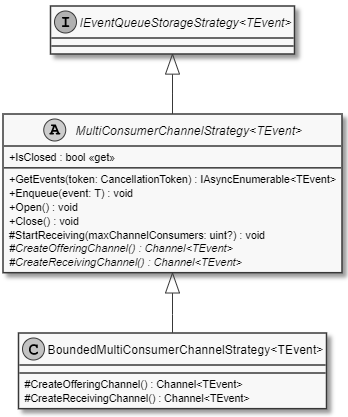
The PlantUML diagram documents/sd/resources/Classes/Common/Shared/Events/Queue/Strategy/MultiConsumer/BoundedMultiConsumerChannelStrategy.PNG in insightmind/MORR, before a commit. Its source is kept beside it as documents/sd/plantuml/application/Common/Shared/Events/Queue/Strategy/MultiConsumer/BoundedMultiConsumerChannelStrategy.puml.
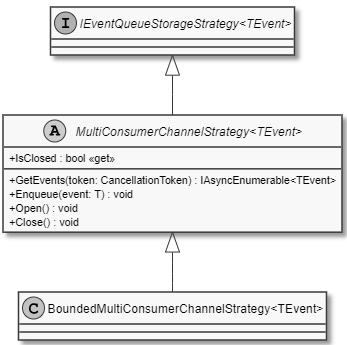
Above is the later version.

What changed in the source:
```diff
@@ -4,8 +4,7 @@
 !startsub default
 
 class "BoundedMultiConsumerChannelStrategy<TEvent>" {
-    # CreateOfferingChannel() : Channel<TEvent>
-    # CreateReceivingChannel() : Channel<TEvent>
+
 }
 interface "IEventQueueStorageStrategy<TEvent>"
 "IEventQueueStorageStrategy<TEvent>" <|-- "MultiConsumerChannelStrategy<TEvent>"
@@ -16,10 +15,7 @@
     + Enqueue(event: T) : void
     + Open() : void
     + Close() : void
-    # StartReceiving(maxChannelConsumers: uint?) : void
-    # {abstract} CreateOfferingChannel() : Channel<TEvent>
-    # {abstract} CreateReceivingChannel() : Channel<TEvent>
-}
+    }
 "MultiConsumerChannelStrategy<TEvent>" <|-- "BoundedMultiConsumerChannelStrategy<TEvent>"
 !endsub
 @enduml
```
